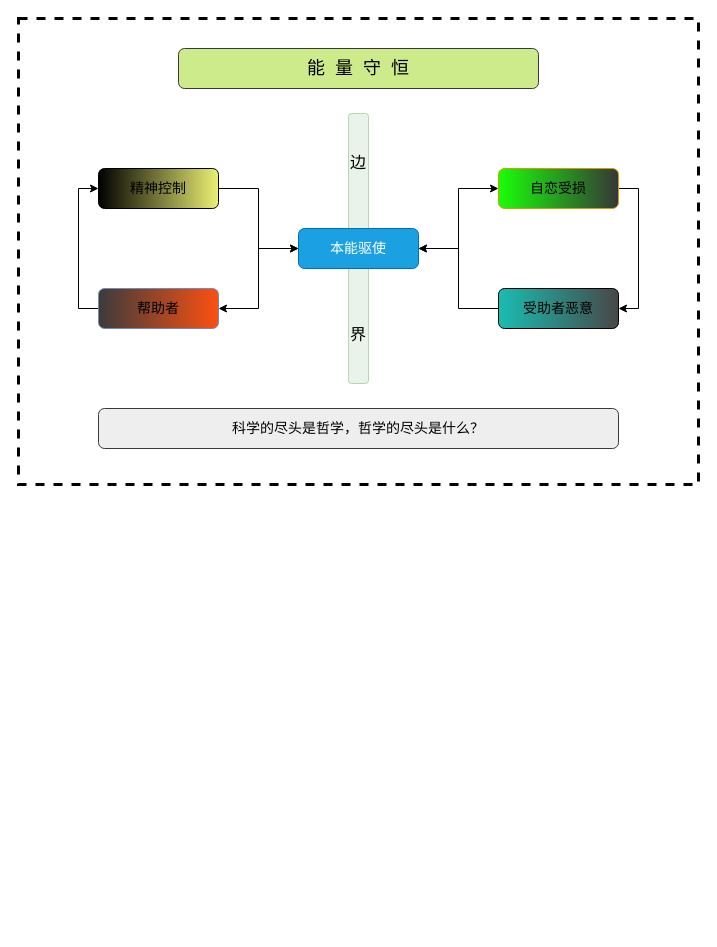
The draw.io diagram page "Philosophy" (7 of 8) of Fig_CS/Figure-Factory.drawio in jizhang02/Figure-Factory, before the edit. Source tidied: cells renumbered, new cells numbered last; positions are measured from the earlier drawing's top-left corner, leaving out a move shared by most shapes. Both pictures are drawn from the tidied source at 100%, with x=0, y=0 at pixel (18, 18).
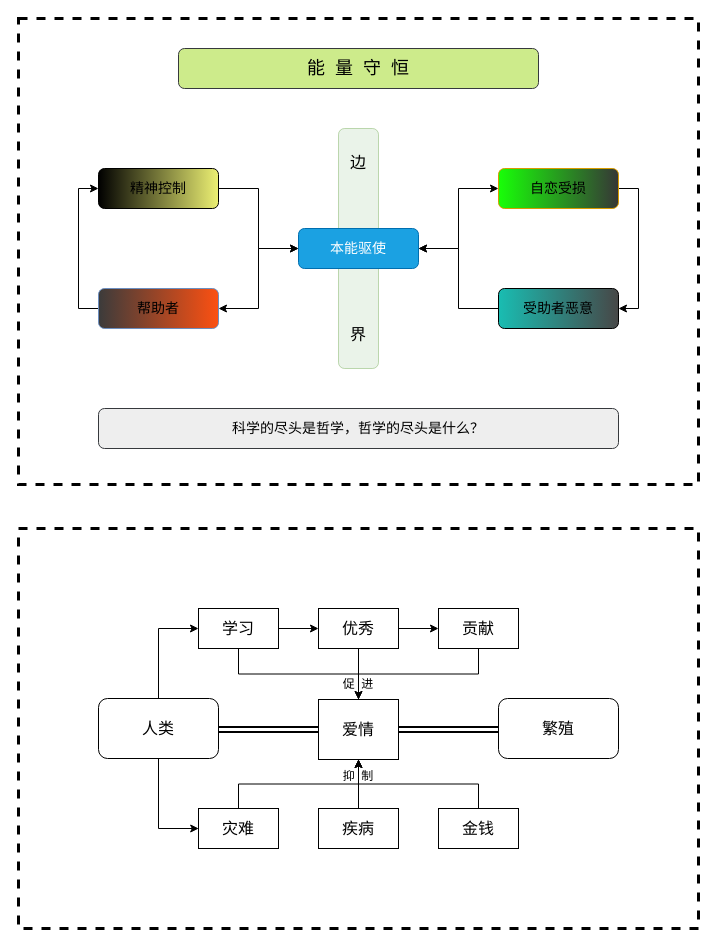
After the change.

What changed in the source:
```diff
@@
     <mxCell id="6" value="&lt;div style=&quot;text-align: justify;&quot;&gt;&lt;span style=&quot;font-size: medium; background-color: initial;&quot;&gt;边&lt;/span&gt;&lt;br&gt;&lt;/div&gt;&lt;div style=&quot;text-align: justify;&quot;&gt;&lt;span style=&quot;font-size: medium; background-color: initial;&quot;&gt;&lt;br&gt;&lt;/span&gt;&lt;/div&gt;&lt;div style=&quot;text-align: justify;&quot;&gt;&lt;span style=&quot;font-size: medium; background-color: initial;&quot;&gt;&lt;br&gt;&lt;/span&gt;&lt;/div&gt;&lt;div style=&quot;text-align: justify;&quot;&gt;&lt;span style=&quot;font-size: medium; background-color: initial;&quot;&gt;&lt;br&gt;&lt;/span&gt;&lt;/div&gt;&lt;div style=&quot;text-align: justify;&quot;&gt;&lt;span style=&quot;font-size: medium; background-color: initial;&quot;&gt;&lt;br&gt;&lt;/span&gt;&lt;/div&gt;&lt;div style=&quot;text-align: justify;&quot;&gt;&lt;span style=&quot;font-size: medium; background-color: initial;&quot;&gt;&lt;br&gt;&lt;/span&gt;&lt;/div&gt;&lt;div style=&quot;text-align: justify;&quot;&gt;&lt;span style=&quot;font-size: medium; background-color: initial;&quot;&gt;&lt;br&gt;&lt;/span&gt;&lt;/div&gt;&lt;div style=&quot;text-align: justify;&quot;&gt;&lt;span style=&quot;background-color: initial;&quot;&gt;&lt;font size=&quot;3&quot;&gt;&lt;br&gt;&lt;/font&gt;&lt;/span&gt;&lt;/div&gt;&lt;div style=&quot;text-align: justify;&quot;&gt;&lt;span style=&quot;background-color: initial;&quot;&gt;&lt;font size=&quot;3&quot;&gt;&lt;br&gt;&lt;/font&gt;&lt;/span&gt;&lt;/div&gt;&lt;div style=&quot;text-align: justify;&quot;&gt;&lt;span style=&quot;background-color: initial;&quot;&gt;&lt;font size=&quot;3&quot;&gt;界&lt;/font&gt;&lt;/span&gt;&lt;/div&gt;" style="rounded=1;whiteSpace=wrap;html=1;fillColor=#d5e8d4;strokeColor=#82b366;opacity=50;align=center;" parent="1" vertex="1">
-      <mxGeometry x="330" y="95" width="20" height="270" as="geometry" />
+      <mxGeometry x="320" y="110" width="40" height="240" as="geometry" />
     </mxCell>
@@
+    <mxCell id="17" style="rounded=0;whiteSpace=wrap;html=1;strokeColor=#000000;strokeWidth=3;fontSize=15;fillColor=none;dashed=1;" parent="1" vertex="1">
+      <mxGeometry y="510" width="680" height="400" as="geometry" />
+    </mxCell>
+    <mxCell id="18" style="edgeStyle=orthogonalEdgeStyle;rounded=0;jettySize=auto;html=1;entryX=0;entryY=0.5;entryDx=0;entryDy=0;" parent="1" edge="1" source="20" target="25">
+      <mxGeometry relative="1" as="geometry" />
+    </mxCell>
+    <mxCell id="19" style="edgeStyle=orthogonalEdgeStyle;rounded=0;jettySize=auto;html=1;entryX=0.265;entryY=0.75;entryDx=0;entryDy=0;entryPerimeter=0;exitX=0.5;exitY=1;exitDx=0;exitDy=0;" parent="1" edge="1" source="20" target="17">
+      <mxGeometry relative="1" as="geometry">
+        <Array as="points">
+          <mxPoint x="140" y="810" />
+        </Array>
+      </mxGeometry>
+    </mxCell>
+    <mxCell id="20" value="人类" style="rounded=1;whiteSpace=wrap;html=1;fontSize=16;" parent="1" vertex="1">
+      <mxGeometry x="80" y="680" width="120" height="60" as="geometry" />
+    </mxCell>
+    <mxCell id="21" value="繁殖" style="rounded=1;whiteSpace=wrap;html=1;fontSize=16;" parent="1" vertex="1">
+      <mxGeometry x="480" y="680" width="120" height="60" as="geometry" />
+    </mxCell>
+    <mxCell id="22" style="endArrow=none;html=1;rounded=1;entryX=0;entryY=0.25;entryDx=0;entryDy=0;exitX=1;exitY=0.5;exitDx=0;exitDy=0;startArrow=openAsync;startFill=0;endFill=0;strokeWidth=2;jumpStyle=none;shape=link;" parent="1" edge="1" source="38">
+      <mxGeometry relative="1" as="geometry">
+        <mxPoint x="480" y="711" as="targetPoint" />
+      </mxGeometry>
+    </mxCell>
+    <mxCell id="23" style="edgeStyle=orthogonalEdgeStyle;rounded=0;jettySize=auto;html=1;entryX=0.5;entryY=0;entryDx=0;entryDy=0;exitX=0.5;exitY=1;exitDx=0;exitDy=0;" parent="1" edge="1" source="25" target="38">
+      <mxGeometry relative="1" as="geometry" />
+    </mxCell>
+    <mxCell id="24" style="edgeStyle=orthogonalEdgeStyle;rounded=0;jettySize=auto;html=1;" parent="1" edge="1" source="25" target="28">
+      <mxGeometry relative="1" as="geometry" />
+    </mxCell>
+    <mxCell id="25" value="学习" style="rounded=0;whiteSpace=wrap;html=1;fontSize=16;" parent="1" vertex="1">
+      <mxGeometry x="180" y="590" width="80" height="40" as="geometry" />
+    </mxCell>
+    <mxCell id="26" style="edgeStyle=orthogonalEdgeStyle;rounded=0;jettySize=auto;html=1;" parent="1" edge="1" source="28" target="39">
+      <mxGeometry relative="1" as="geometry" />
+    </mxCell>
+    <mxCell id="27" style="edgeStyle=orthogonalEdgeStyle;rounded=0;jettySize=auto;html=1;" parent="1" edge="1" source="28" target="30">
+      <mxGeometry relative="1" as="geometry" />
+    </mxCell>
+    <mxCell id="28" value="优秀" style="rounded=0;whiteSpace=wrap;html=1;fontSize=16;" parent="1" vertex="1">
+      <mxGeometry x="300" y="590" width="80" height="40" as="geometry" />
+    </mxCell>
+    <mxCell id="29" style="edgeStyle=orthogonalEdgeStyle;rounded=0;jettySize=auto;html=1;entryX=0.5;entryY=0;entryDx=0;entryDy=0;exitX=0.5;exitY=1;exitDx=0;exitDy=0;" parent="1" edge="1" source="30" target="38">
+      <mxGeometry relative="1" as="geometry" />
+    </mxCell>
+    <mxCell id="30" value="贡献" style="rounded=0;whiteSpace=wrap;html=1;fontSize=16;" parent="1" vertex="1">
+      <mxGeometry x="420" y="590" width="80" height="40" as="geometry" />
+    </mxCell>
+    <mxCell id="31" style="edgeStyle=orthogonalEdgeStyle;rounded=0;jettySize=auto;html=1;entryX=0.5;entryY=1;entryDx=0;entryDy=0;" parent="1" edge="1" source="32" target="38">
+      <mxGeometry relative="1" as="geometry" />
+    </mxCell>
+    <mxCell id="32" value="疾病" style="rounded=0;whiteSpace=wrap;html=1;fontSize=16;" parent="1" vertex="1">
+      <mxGeometry x="300" y="790" width="80" height="40" as="geometry" />
+    </mxCell>
+    <mxCell id="33" style="edgeStyle=orthogonalEdgeStyle;rounded=0;jettySize=auto;html=1;exitX=0.5;exitY=0;exitDx=0;exitDy=0;entryX=0.5;entryY=1;entryDx=0;entryDy=0;" parent="1" edge="1" source="34" target="38">
+      <mxGeometry relative="1" as="geometry" />
+    </mxCell>
+    <mxCell id="34" value="灾难" style="rounded=0;whiteSpace=wrap;html=1;fontSize=16;" parent="1" vertex="1">
+      <mxGeometry x="180" y="790" width="80" height="40" as="geometry" />
+    </mxCell>
+    <mxCell id="35" style="edgeStyle=orthogonalEdgeStyle;rounded=0;jettySize=auto;html=1;entryX=0.5;entryY=1;entryDx=0;entryDy=0;exitX=0.5;exitY=0;exitDx=0;exitDy=0;" parent="1" edge="1" source="36" target="38">
+      <mxGeometry relative="1" as="geometry" />
+    </mxCell>
+    <mxCell id="36" value="金钱" style="rounded=0;whiteSpace=wrap;html=1;fontSize=16;" parent="1" vertex="1">
+      <mxGeometry x="420" y="790" width="80" height="40" as="geometry" />
+    </mxCell>
+    <mxCell id="37" style="endArrow=none;html=1;rounded=1;entryX=0;entryY=0.5;entryDx=0;entryDy=0;exitX=1;exitY=0.25;exitDx=0;exitDy=0;startArrow=openAsync;startFill=0;endFill=0;strokeWidth=2;jumpStyle=none;shape=link;" parent="1" edge="1" target="38">
+      <mxGeometry relative="1" as="geometry">
+        <mxPoint x="200" y="711" as="sourcePoint" />
+      </mxGeometry>
+    </mxCell>
+    <mxCell id="38" value="爱情" style="rounded=0;whiteSpace=wrap;html=1;fontSize=16;" parent="1" vertex="1">
+      <mxGeometry x="300" y="681" width="80" height="60" as="geometry" />
+    </mxCell>
+    <mxCell id="39" value="抑&amp;nbsp; 制" style="text;html=1;strokeColor=none;fillColor=none;align=center;verticalAlign=middle;whiteSpace=wrap;rounded=0;" parent="1" vertex="1">
+      <mxGeometry x="310" y="743" width="60" height="30" as="geometry" />
+    </mxCell>
+    <mxCell id="40" value="促&amp;nbsp; 进" style="text;html=1;strokeColor=none;fillColor=none;align=center;verticalAlign=middle;whiteSpace=wrap;rounded=0;" parent="1" vertex="1">
+      <mxGeometry x="310" y="651" width="60" height="30" as="geometry" />
+    </mxCell>
```
